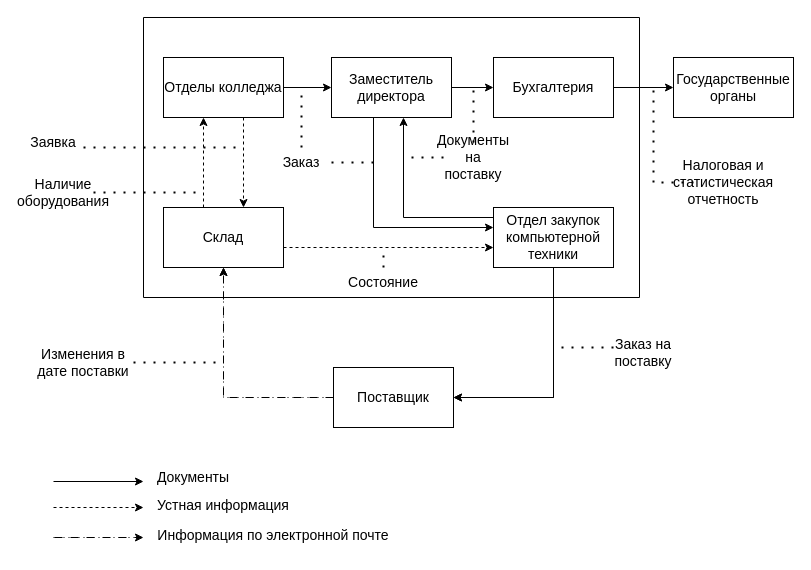
Above: Documentation/Drawio/Информационная_схема.drawio in Houndrace/Computer_equipment_procurement_department_course_work (draw.io), before the change. Source tidied: cells renumbered, new cells numbered last; positions are measured from the earlier drawing's top-left corner, leaving out a move shared by most shapes. Both pictures are drawn from the tidied source at 100%, with x=0, y=0 at pixel (23, 17).
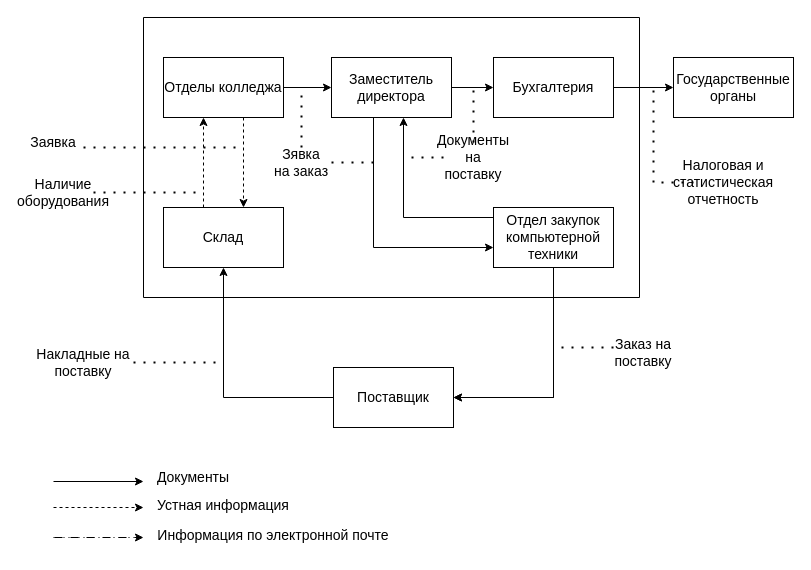
The same diagram, later.

Unchanged cells that the change refers to:
```xml
<mxCell id="2" style="swimlane;startSize=0;" parent="1" vertex="1">
  <mxGeometry x="120" width="496" height="280" as="geometry" />
</mxCell>
<mxCell id="5" value="&lt;div&gt;Заместитель&lt;/div&gt;&lt;div&gt;директора&lt;br&gt;&lt;/div&gt;" style="rounded=0;whiteSpace=wrap;html=1;fontSize=14;" parent="2" vertex="1">
  <mxGeometry x="188" y="40" width="120" height="60" as="geometry" />
</mxCell>
<mxCell id="7" value="&lt;div&gt;Отдел закупок&lt;/div&gt;&lt;div&gt;компьютерной техники&lt;br&gt;&lt;/div&gt;" style="rounded=0;whiteSpace=wrap;html=1;fontSize=14;" parent="2" vertex="1">
  <mxGeometry x="350" y="190" width="120" height="60" as="geometry" />
</mxCell>
<mxCell id="11" value="Склад" style="rounded=0;whiteSpace=wrap;html=1;fontSize=14;" parent="2" vertex="1">
  <mxGeometry x="20" y="190" width="120" height="60" as="geometry" />
</mxCell>
<mxCell id="26" value="Поставщик" style="rounded=0;whiteSpace=wrap;html=1;fontSize=14;" parent="1" vertex="1">
  <mxGeometry x="310" y="350" width="120" height="60" as="geometry" />
</mxCell>
```

What changed in the source:
```diff
@@
     <mxCell id="3" style="edgeStyle=orthogonalEdgeStyle;rounded=0;jettySize=auto;html=1;fontSize=14;" parent="2" edge="1" source="5" target="7">
       <mxGeometry relative="1" as="geometry">
         <Array as="points">
-          <mxPoint x="230" y="210" />
+          <mxPoint x="230" y="230" />
         </Array>
       </mxGeometry>
     </mxCell>
@@
-    <mxCell id="10" style="edgeStyle=orthogonalEdgeStyle;rounded=0;jettySize=auto;html=1;shadow=0;dashed=1;strokeColor=default;strokeWidth=1;fontSize=14;endArrow=classic;endFill=1;" parent="2" edge="1" source="11" target="7">
-      <mxGeometry relative="1" as="geometry">
-        <Array as="points">
-          <mxPoint x="220" y="230" />
-          <mxPoint x="220" y="230" />
-        </Array>
-      </mxGeometry>
-    </mxCell>
@@
-    <mxCell id="21" value="Заказ" style="text;html=1;strokeColor=none;fillColor=none;align=center;verticalAlign=middle;whiteSpace=wrap;rounded=0;fontSize=14;" parent="2" vertex="1">
+    <mxCell id="21" value="&lt;div&gt;Зявка&lt;/div&gt;&lt;div&gt;на заказ&lt;br&gt;&lt;/div&gt;" style="text;html=1;strokeColor=none;fillColor=none;align=center;verticalAlign=middle;whiteSpace=wrap;rounded=0;fontSize=14;" parent="2" vertex="1">
       <mxGeometry x="128" y="130" width="60" height="30" as="geometry" />
     </mxCell>
-    <mxCell id="22" style="edgeStyle=orthogonalEdgeStyle;rounded=0;jettySize=auto;html=1;shadow=0;dashed=1;strokeColor=default;strokeWidth=2;fontSize=14;endArrow=none;endFill=0;dashPattern=1 4;" parent="2" edge="1" source="23">
-      <mxGeometry relative="1" as="geometry">
-        <mxPoint x="240" y="230" as="targetPoint" />
-      </mxGeometry>
-    </mxCell>
-    <mxCell id="23" value="Состояние" style="text;html=1;strokeColor=none;fillColor=none;align=center;verticalAlign=middle;whiteSpace=wrap;rounded=0;fontSize=14;" parent="2" vertex="1">
-      <mxGeometry x="210" y="250" width="60" height="30" as="geometry" />
-    </mxCell>
-    <mxCell id="24" style="edgeStyle=orthogonalEdgeStyle;rounded=0;jettySize=auto;html=1;fontSize=14;dashed=1;dashPattern=8 8;" parent="1" edge="1" source="26" target="11">
+    <mxCell id="24" style="edgeStyle=orthogonalEdgeStyle;rounded=0;jettySize=auto;html=1;fontSize=14;" parent="1" edge="1" source="26" target="11">
       <mxGeometry relative="1" as="geometry">
         <Array as="points">
           <mxPoint x="200" y="380" />
         </Array>
       </mxGeometry>
     </mxCell>
-    <mxCell id="25" style="edgeStyle=orthogonalEdgeStyle;rounded=0;jettySize=auto;html=1;shadow=0;dashed=1;dashPattern=1 4;strokeColor=default;strokeWidth=1;fontSize=14;endArrow=classic;endFill=1;" parent="1" edge="1" source="26" target="11">
-      <mxGeometry relative="1" as="geometry">
-        <Array as="points">
-          <mxPoint x="200" y="380" />
-        </Array>
-      </mxGeometry>
-    </mxCell>
@@
-    <mxCell id="36" value="Изменения в дате поставки" style="text;html=1;strokeColor=none;fillColor=none;align=center;verticalAlign=middle;whiteSpace=wrap;rounded=0;fontSize=14;" parent="1" vertex="1">
+    <mxCell id="36" value="Накладные на поставку" style="text;html=1;strokeColor=none;fillColor=none;align=center;verticalAlign=middle;whiteSpace=wrap;rounded=0;fontSize=14;" parent="1" vertex="1">
       <mxGeometry x="10" y="330" width="100" height="30" as="geometry" />
     </mxCell>
```
